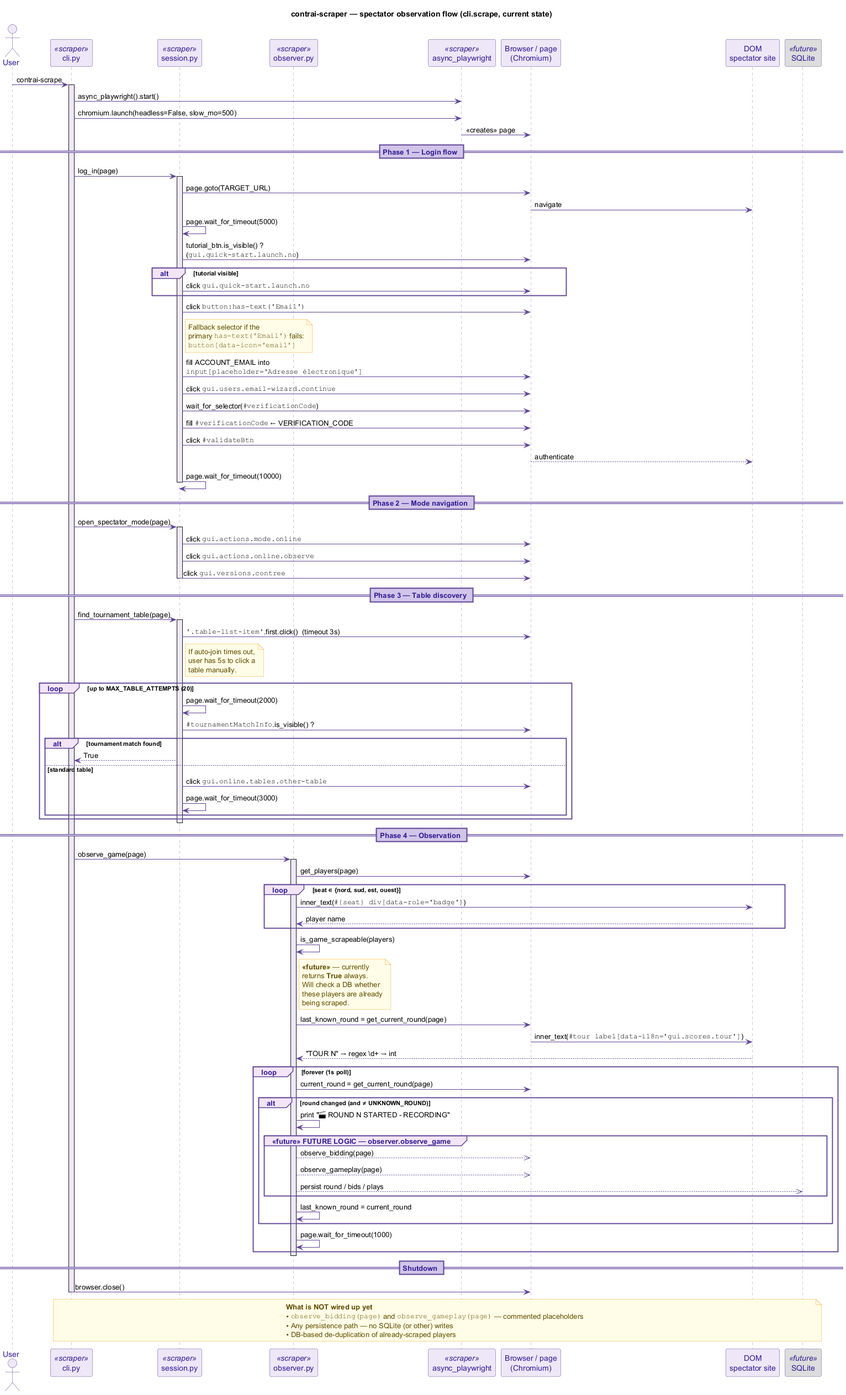
valmathieu/ContrAI keeps this PlantUML diagram as docs/diagrams/seq_scraper.png. Above is the earlier version.
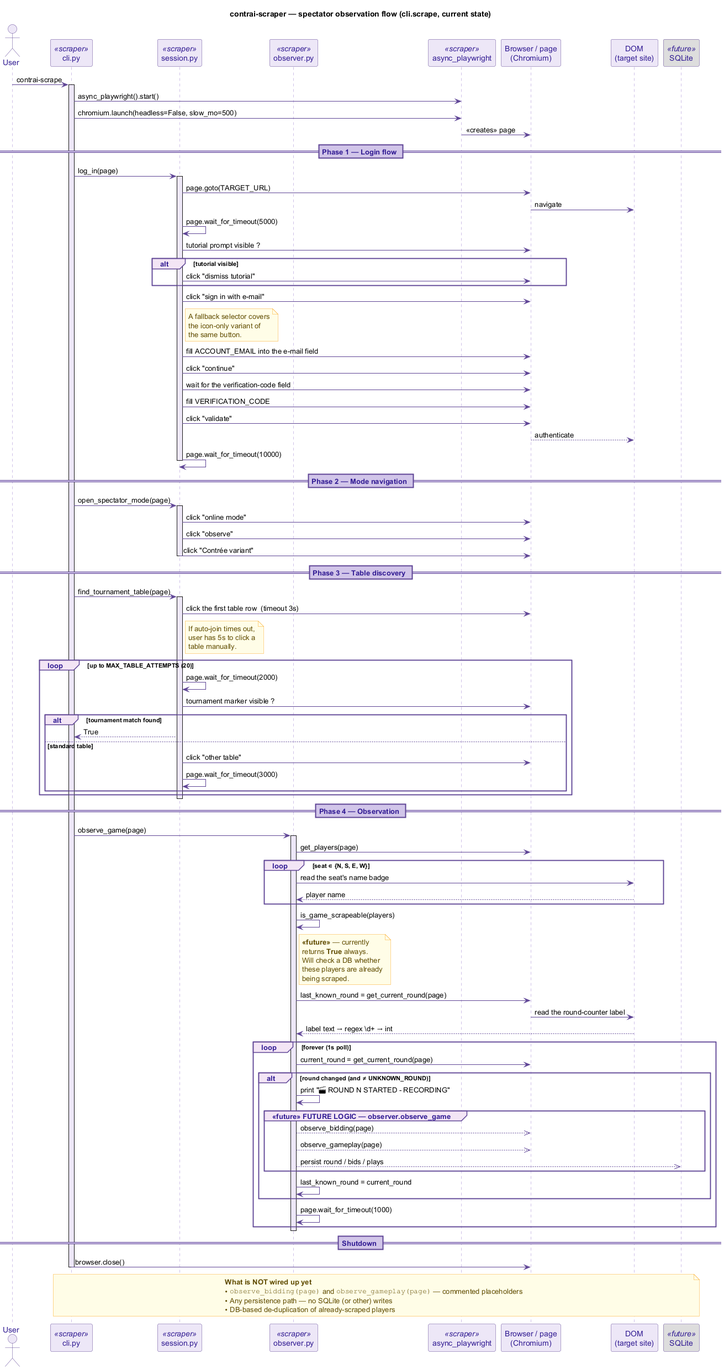
Later version of the same file.

Commit message:
docs: retire the target site's name and DOM vocabulary from the docs

The edit, as a diff of the source:
```diff
@@ -33,7 +33,7 @@
 participant "observer.py" as O <<scraper>>
 participant "async_playwright" as P <<scraper>>
 participant "Browser / page\n(Chromium)" as B
-participant "DOM\nspectator site" as D
+participant "DOM\n(target site)" as D
 participant "SQLite" as S <<future>> #DDDDDD
 
 U -> C : contrai-scrape
@@ -51,22 +51,22 @@
 SE -> B : page.goto(TARGET_URL)
 B -> D : navigate
 SE -> SE : page.wait_for_timeout(5000)
-SE -> B : tutorial_btn.is_visible() ?\n(""gui.quick-start.launch.no"")
+SE -> B : tutorial prompt visible ?
 alt tutorial visible
-    SE -> B : click ""gui.quick-start.launch.no""
+    SE -> B : click "dismiss tutorial"
 end
 
-SE -> B : click ""button:has-text('Email')""
+SE -> B : click "sign in with e-mail"
 note right of SE
-  Fallback selector if the
-  primary ""has-text('Email')"" fails:
-  ""button[data-icon='email']""
+  A fallback selector covers
+  the icon-only variant of
+  the same button.
 end note
-SE -> B : fill ACCOUNT_EMAIL into\n""input[placeholder='Adresse électronique']""
-SE -> B : click ""gui.users.email-wizard.continue""
-SE -> B : wait_for_selector(""#verificationCode"")
-SE -> B : fill ""#verificationCode"" ← VERIFICATION_CODE
-SE -> B : click ""#validateBtn""
+SE -> B : fill ACCOUNT_EMAIL into the e-mail field
+SE -> B : click "continue"
+SE -> B : wait for the verification-code field
+SE -> B : fill VERIFICATION_CODE
+SE -> B : click "validate"
 B --> D : authenticate
 SE -> SE : page.wait_for_timeout(10000)
 deactivate SE
@@ -75,16 +75,16 @@
 
 C -> SE : open_spectator_mode(page)
 activate SE
-SE -> B : click ""gui.actions.mode.online""
-SE -> B : click ""gui.actions.online.observe""
-SE -> B : click ""gui.versions.contree""
+SE -> B : click "online mode"
+SE -> B : click "observe"
+SE -> B : click "Contrée variant"
 deactivate SE
 
 == Phase 3 — Table discovery ==
 
 C -> SE : find_tournament_table(page)
 activate SE
-SE -> B : ""'.table-list-item'"".first.click()  (timeout 3s)
+SE -> B : click the first table row  (timeout 3s)
 note right of SE
   If auto-join times out,
   user has 5s to click a
@@ -93,11 +93,11 @@
 
 loop up to MAX_TABLE_ATTEMPTS (20)
     SE -> SE : page.wait_for_timeout(2000)
-    SE -> B : ""#tournamentMatchInfo"".is_visible() ?
+    SE -> B : tournament marker visible ?
     alt tournament match found
         SE --> C : True
     else standard table
-        SE -> B : click ""gui.online.tables.other-table""
+        SE -> B : click "other table"
         SE -> SE : page.wait_for_timeout(3000)
     end
 end
@@ -109,8 +109,8 @@
 activate O
 
 O -> B : get_players(page)
-loop seat ∈ {nord, sud, est, ouest}
-    O -> D : inner_text(""#{seat} div[data-role='badge']"")
+loop seat ∈ {N, S, E, W}
+    O -> D : read the seat's name badge
     D --> O : player name
 end
 
@@ -124,8 +124,8 @@
 end note
 
 O -> B : last_known_round = get_current_round(page)
-B -> D : inner_text(""#tour label[data-i18n='gui.scores.tour']"")
-D --> O : "TOUR N" → regex \d+ → int
+B -> D : read the round-counter label
+D --> O : label text → regex \d+ → int
 
 loop forever (1s poll)
     O -> B : current_round = get_current_round(page)
```
